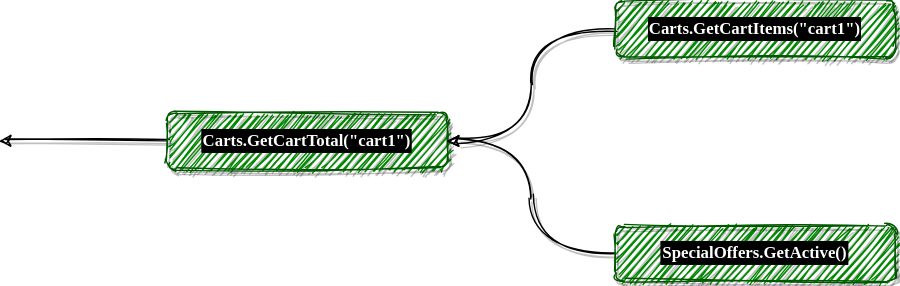
Earlier version of the draw.io export Slides/Fusion_v2/diagrams/caching-decorator/1.dio.svg (alexyakunin/Stl.Fusion.Materials). Source tidied: cells renumbered, new cells last; positions are measured from the earlier drawing's top-left corner, leaving out a move shared by most shapes.
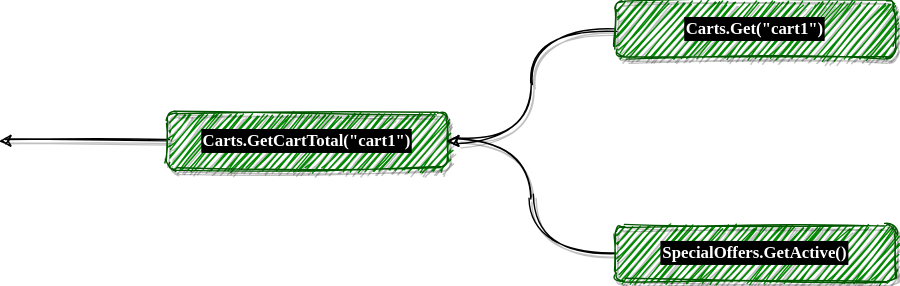
The same file after the commit.

What changed in the source:
```diff
@@ -13,7 +13,7 @@
     <mxCell id="4" style="edgeStyle=orthogonalEdgeStyle;curved=1;rounded=0;sketch=1;jettySize=auto;html=1;exitX=0;exitY=0.5;exitDx=0;exitDy=0;entryX=1;entryY=0.5;entryDx=0;entryDy=0;shadow=1;" parent="1" edge="1" source="5" target="3">
       <mxGeometry relative="1" as="geometry" />
     </mxCell>
-    <mxCell id="5" value="Carts.GetCartItems(&quot;cart1&quot;)" style="whiteSpace=wrap;html=1;fillColor=#008a00;strokeColor=#005700;fontColor=#ffffff;fontFamily=Comic Sans MS;fontStyle=1;labelBackgroundColor=#000000;labelBorderColor=#000000;strokeWidth=1;perimeterSpacing=0;shadow=1;glass=0;sketch=1;rounded=1;" parent="1" vertex="1">
+    <mxCell id="5" value="Carts.Get(&quot;cart1&quot;)" style="whiteSpace=wrap;html=1;fillColor=#008a00;strokeColor=#005700;fontColor=#ffffff;fontFamily=Comic Sans MS;fontStyle=1;labelBackgroundColor=#000000;labelBorderColor=#000000;strokeWidth=1;perimeterSpacing=0;shadow=1;glass=0;sketch=1;rounded=1;" parent="1" vertex="1">
       <mxGeometry x="440" width="200" height="40" as="geometry" />
     </mxCell>
     <mxCell id="6" style="edgeStyle=orthogonalEdgeStyle;curved=1;rounded=0;sketch=1;jettySize=auto;html=1;exitX=0;exitY=0.5;exitDx=0;exitDy=0;entryX=1;entryY=0.5;entryDx=0;entryDy=0;shadow=1;" parent="1" edge="1" source="7" target="3">
```
